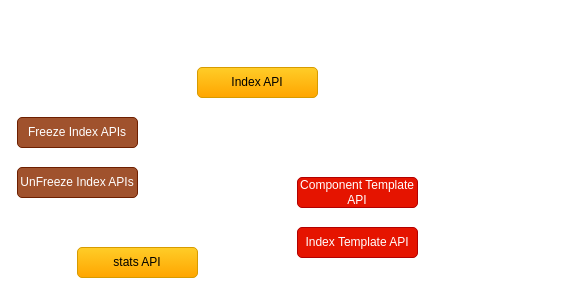
Above: page "Index APIs" (1 of 5) of My Articles/elastic stack/ES REST APIs.drawio in paramothers/books (draw.io), before the change. Source tidied: cells renumbered, new cells numbered last; positions are measured from the earlier drawing's top-left corner, leaving out a move shared by most shapes. Both pictures are drawn from the tidied source at 100%, with x=0, y=0 at pixel (17, 67).
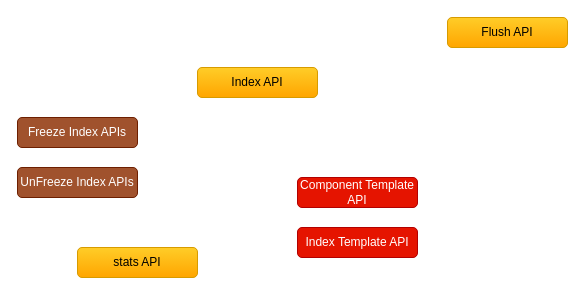
The same page after the edit.

Change to the diagram source:
```diff
@@
 <mxGraphModel>
   <root>
     <mxCell id="0" />
     <mxCell id="1" parent="0" />
     <mxCell id="2" value="Component Template API" style="rounded=1;whiteSpace=wrap;html=1;fillColor=#e51400;strokeColor=#B20000;fontColor=#ffffff;" parent="1" vertex="1">
       <mxGeometry x="280" y="110" width="120" height="30" as="geometry" />
     </mxCell>
     <mxCell id="3" value="Index Template API" style="rounded=1;whiteSpace=wrap;html=1;fillColor=#e51400;strokeColor=#B20000;fontColor=#ffffff;" parent="1" vertex="1">
       <mxGeometry x="280" y="160" width="120" height="30" as="geometry" />
     </mxCell>
     <mxCell id="4" value="Freeze Index APIs" style="rounded=1;whiteSpace=wrap;html=1;fillColor=#a0522d;strokeColor=#6D1F00;fontColor=#ffffff;" parent="1" vertex="1">
       <mxGeometry y="50" width="120" height="30" as="geometry" />
     </mxCell>
     <mxCell id="5" value="UnFreeze Index APIs" style="rounded=1;whiteSpace=wrap;html=1;fillColor=#a0522d;strokeColor=#6D1F00;fontColor=#ffffff;" parent="1" vertex="1">
       <mxGeometry y="100" width="120" height="30" as="geometry" />
     </mxCell>
     <mxCell id="6" value="Index API" style="rounded=1;whiteSpace=wrap;html=1;gradientColor=#ffa500;fillColor=#ffcd28;strokeColor=#d79b00;" parent="1" vertex="1">
       <mxGeometry x="180" width="120" height="30" as="geometry" />
     </mxCell>
     <mxCell id="7" value="stats API" style="rounded=1;whiteSpace=wrap;html=1;gradientColor=#ffa500;fillColor=#ffcd28;strokeColor=#d79b00;" parent="1" vertex="1">
       <mxGeometry x="60" y="180" width="120" height="30" as="geometry" />
     </mxCell>
+    <mxCell id="8" value="Flush API" style="rounded=1;whiteSpace=wrap;html=1;gradientColor=#ffa500;fillColor=#ffcd28;strokeColor=#d79b00;" parent="1" vertex="1">
+      <mxGeometry x="430" y="-50" width="120" height="30" as="geometry" />
+    </mxCell>
   </root>
 </mxGraphModel>
```
